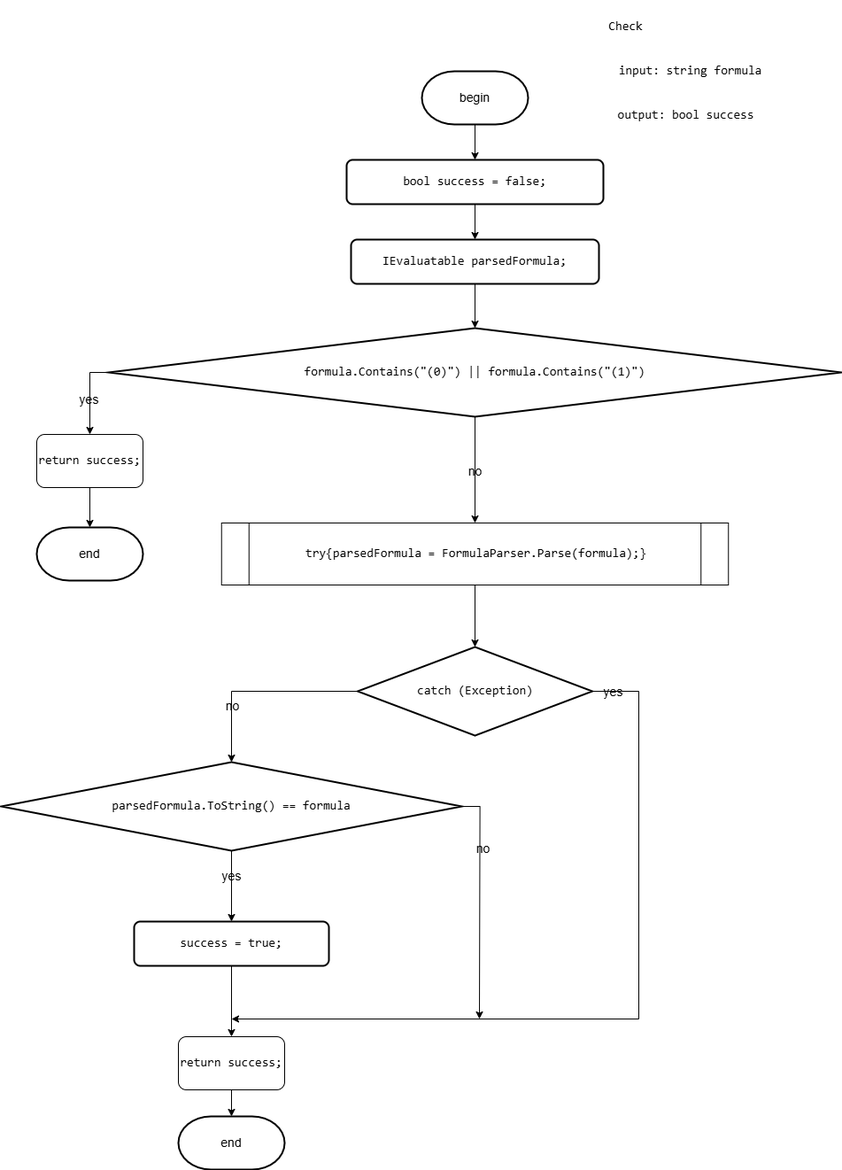
This is Diagrams/images/FormulaStringChecker.drawio.png from slavikovics/FictionalVariables, a draw.io export, as it was before one commit. Source tidied: cells renumbered, new cells last; positions are measured from the earlier drawing's top-left corner, leaving out a move shared by most shapes.
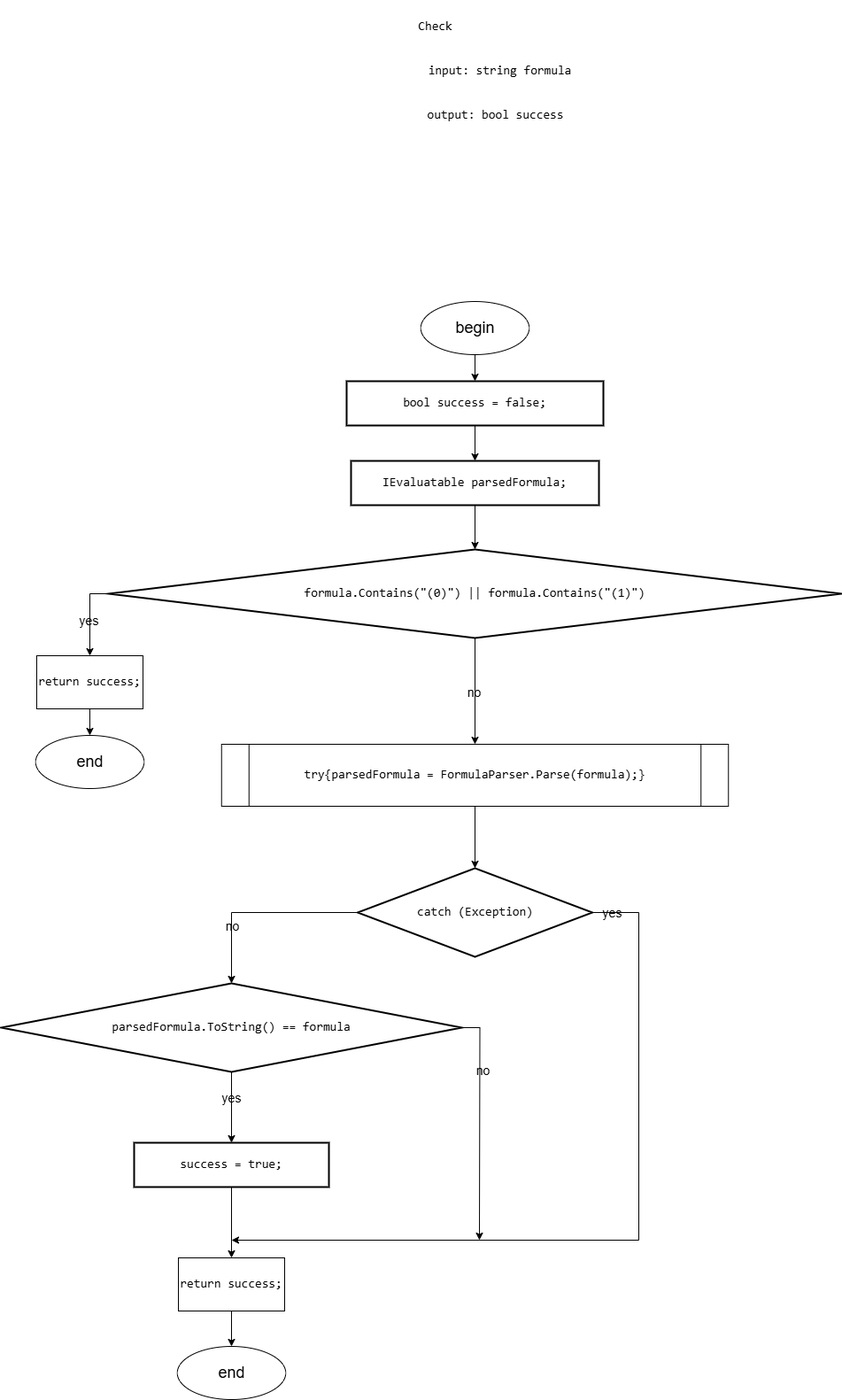
The same file after the commit.

Change to the diagram source:
```diff
@@ -3,30 +3,21 @@
     <mxCell id="0" />
     <mxCell id="1" parent="0" />
     <mxCell id="2" value="&lt;pre style=&quot;font-family: &amp;quot;JetBrains Mono&amp;quot;, monospace;&quot;&gt;Check&lt;/pre&gt;" style="text;html=1;align=center;verticalAlign=middle;strokeColor=none;fillColor=none;fontSize=14;labelBackgroundColor=none;fontColor=#000000;" parent="1" vertex="1">
-      <mxGeometry x="675" width="60" height="60" as="geometry" />
+      <mxGeometry x="460" y="-250" width="60" height="60" as="geometry" />
     </mxCell>
-    <mxCell id="3" style="edgeStyle=orthogonalEdgeStyle;rounded=0;jettySize=auto;html=1;exitX=0.5;exitY=1;exitDx=0;exitDy=0;exitPerimeter=0;entryX=0.5;entryY=0;entryDx=0;entryDy=0;fontSize=14;labelBackgroundColor=none;fontColor=#000000;" parent="1" edge="1" source="4" target="6">
-      <mxGeometry relative="1" as="geometry" />
-    </mxCell>
-    <mxCell id="4" value="begin" style="strokeWidth=2;html=1;shape=mxgraph.flowchart.terminator;whiteSpace=wrap;fontSize=14;labelBackgroundColor=none;fontColor=#000000;" parent="1" vertex="1">
-      <mxGeometry x="475" y="80" width="120" height="60" as="geometry" />
-    </mxCell>
     <mxCell id="5" style="edgeStyle=orthogonalEdgeStyle;rounded=0;jettySize=auto;html=1;exitX=0.5;exitY=1;exitDx=0;exitDy=0;entryX=0.5;entryY=0;entryDx=0;entryDy=0;fontSize=14;labelBackgroundColor=none;fontColor=#000000;" parent="1" edge="1" source="6" target="10">
       <mxGeometry relative="1" as="geometry" />
     </mxCell>
-    <mxCell id="6" value="&lt;div style=&quot;&quot;&gt;&lt;pre style=&quot;font-family: &amp;quot;JetBrains Mono&amp;quot;, monospace;&quot;&gt;&lt;pre style=&quot;font-family: &amp;quot;JetBrains Mono&amp;quot;, monospace;&quot;&gt;&lt;pre style=&quot;font-family: &amp;quot;JetBrains Mono&amp;quot;, monospace;&quot;&gt;&lt;pre style=&quot;font-family: &amp;quot;JetBrains Mono&amp;quot;, monospace;&quot;&gt;&lt;pre style=&quot;font-family: &amp;quot;JetBrains Mono&amp;quot;, monospace;&quot;&gt;&lt;pre style=&quot;font-family: &amp;quot;JetBrains Mono&amp;quot;, monospace;&quot;&gt;&lt;div&gt;&lt;pre style=&quot;font-family: &amp;quot;JetBrains Mono&amp;quot;, monospace;&quot;&gt;&lt;span style=&quot;&quot;&gt;bool &lt;/span&gt;&lt;span style=&quot;&quot;&gt;success &lt;/span&gt;= &lt;span style=&quot;&quot;&gt;false&lt;/span&gt;;&lt;/pre&gt;&lt;/div&gt;&lt;/pre&gt;&lt;/pre&gt;&lt;/pre&gt;&lt;/pre&gt;&lt;/pre&gt;&lt;/pre&gt;&lt;/div&gt;" style="rounded=1;whiteSpace=wrap;html=1;absoluteArcSize=1;arcSize=14;strokeWidth=2;fontSize=14;labelBackgroundColor=none;fontColor=#000000;" parent="1" vertex="1">
+    <mxCell id="6" value="&lt;div style=&quot;&quot;&gt;&lt;pre style=&quot;font-family: &amp;quot;JetBrains Mono&amp;quot;, monospace;&quot;&gt;&lt;pre style=&quot;font-family: &amp;quot;JetBrains Mono&amp;quot;, monospace;&quot;&gt;&lt;pre style=&quot;font-family: &amp;quot;JetBrains Mono&amp;quot;, monospace;&quot;&gt;&lt;pre style=&quot;font-family: &amp;quot;JetBrains Mono&amp;quot;, monospace;&quot;&gt;&lt;pre style=&quot;font-family: &amp;quot;JetBrains Mono&amp;quot;, monospace;&quot;&gt;&lt;pre style=&quot;font-family: &amp;quot;JetBrains Mono&amp;quot;, monospace;&quot;&gt;&lt;div&gt;&lt;pre style=&quot;font-family: &amp;quot;JetBrains Mono&amp;quot;, monospace;&quot;&gt;&lt;span style=&quot;&quot;&gt;bool &lt;/span&gt;&lt;span style=&quot;&quot;&gt;success &lt;/span&gt;= &lt;span style=&quot;&quot;&gt;false&lt;/span&gt;;&lt;/pre&gt;&lt;/div&gt;&lt;/pre&gt;&lt;/pre&gt;&lt;/pre&gt;&lt;/pre&gt;&lt;/pre&gt;&lt;/pre&gt;&lt;/div&gt;" style="rounded=0;whiteSpace=wrap;html=1;absoluteArcSize=1;arcSize=14;strokeWidth=2;fontSize=14;labelBackgroundColor=none;fontColor=#000000;" parent="1" vertex="1">
       <mxGeometry x="390" y="180" width="290" height="50" as="geometry" />
     </mxCell>
     <mxCell id="7" value="&lt;pre style=&quot;font-family: &amp;quot;JetBrains Mono&amp;quot;, monospace;&quot;&gt;input: string &lt;span style=&quot;white-space-collapse: collapse;&quot;&gt;formula&lt;/span&gt;&lt;/pre&gt;" style="text;html=1;align=center;verticalAlign=middle;strokeColor=none;fillColor=none;fontSize=14;labelBackgroundColor=none;fontColor=#000000;" parent="1" vertex="1">
-      <mxGeometry x="682.5" y="50" width="190" height="60" as="geometry" />
+      <mxGeometry x="467.5" y="-200" width="190" height="60" as="geometry" />
     </mxCell>
     <mxCell id="8" value="&lt;pre style=&quot;font-family: &amp;quot;JetBrains Mono&amp;quot;, monospace;&quot;&gt;output: bool &lt;span style=&quot;white-space-collapse: collapse;&quot;&gt;success&lt;/span&gt;&lt;/pre&gt;" style="text;html=1;align=center;verticalAlign=middle;strokeColor=none;fillColor=none;fontSize=14;labelBackgroundColor=none;fontColor=#000000;" parent="1" vertex="1">
-      <mxGeometry x="682.5" y="100" width="180" height="60" as="geometry" />
+      <mxGeometry x="467.5" y="-150" width="180" height="60" as="geometry" />
     </mxCell>
-    <mxCell id="9" value="end" style="strokeWidth=2;html=1;shape=mxgraph.flowchart.terminator;whiteSpace=wrap;fontSize=14;labelBackgroundColor=none;fontColor=#000000;" parent="1" vertex="1">
-      <mxGeometry x="200" y="1260" width="120" height="60" as="geometry" />
-    </mxCell>
-    <mxCell id="10" value="&lt;div style=&quot;&quot;&gt;&lt;pre style=&quot;font-family: &amp;quot;JetBrains Mono&amp;quot;, monospace;&quot;&gt;&lt;pre style=&quot;font-family: &amp;quot;JetBrains Mono&amp;quot;, monospace;&quot;&gt;&lt;pre style=&quot;font-family: &amp;quot;JetBrains Mono&amp;quot;, monospace;&quot;&gt;&lt;pre style=&quot;font-family: &amp;quot;JetBrains Mono&amp;quot;, monospace;&quot;&gt;&lt;pre style=&quot;font-family: &amp;quot;JetBrains Mono&amp;quot;, monospace;&quot;&gt;&lt;pre style=&quot;font-family: &amp;quot;JetBrains Mono&amp;quot;, monospace;&quot;&gt;&lt;pre style=&quot;font-family: &amp;quot;JetBrains Mono&amp;quot;, monospace;&quot;&gt;&lt;div&gt;&lt;pre style=&quot;font-family: &amp;quot;JetBrains Mono&amp;quot;, monospace;&quot;&gt;&lt;span style=&quot;&quot;&gt;IEvaluatable &lt;/span&gt;&lt;span style=&quot;&quot;&gt;parsedFormula&lt;/span&gt;;&lt;/pre&gt;&lt;/div&gt;&lt;/pre&gt;&lt;/pre&gt;&lt;/pre&gt;&lt;/pre&gt;&lt;/pre&gt;&lt;/pre&gt;&lt;/pre&gt;&lt;/div&gt;" style="rounded=1;whiteSpace=wrap;html=1;absoluteArcSize=1;arcSize=14;strokeWidth=2;fontSize=14;labelBackgroundColor=none;fontColor=#000000;" parent="1" vertex="1">
+    <mxCell id="10" value="&lt;div style=&quot;&quot;&gt;&lt;pre style=&quot;font-family: &amp;quot;JetBrains Mono&amp;quot;, monospace;&quot;&gt;&lt;pre style=&quot;font-family: &amp;quot;JetBrains Mono&amp;quot;, monospace;&quot;&gt;&lt;pre style=&quot;font-family: &amp;quot;JetBrains Mono&amp;quot;, monospace;&quot;&gt;&lt;pre style=&quot;font-family: &amp;quot;JetBrains Mono&amp;quot;, monospace;&quot;&gt;&lt;pre style=&quot;font-family: &amp;quot;JetBrains Mono&amp;quot;, monospace;&quot;&gt;&lt;pre style=&quot;font-family: &amp;quot;JetBrains Mono&amp;quot;, monospace;&quot;&gt;&lt;pre style=&quot;font-family: &amp;quot;JetBrains Mono&amp;quot;, monospace;&quot;&gt;&lt;div&gt;&lt;pre style=&quot;font-family: &amp;quot;JetBrains Mono&amp;quot;, monospace;&quot;&gt;&lt;span style=&quot;&quot;&gt;IEvaluatable &lt;/span&gt;&lt;span style=&quot;&quot;&gt;parsedFormula&lt;/span&gt;;&lt;/pre&gt;&lt;/div&gt;&lt;/pre&gt;&lt;/pre&gt;&lt;/pre&gt;&lt;/pre&gt;&lt;/pre&gt;&lt;/pre&gt;&lt;/pre&gt;&lt;/div&gt;" style="rounded=0;whiteSpace=wrap;html=1;absoluteArcSize=1;arcSize=14;strokeWidth=2;fontSize=14;labelBackgroundColor=none;fontColor=#000000;" parent="1" vertex="1">
       <mxGeometry x="395" y="270" width="280" height="50" as="geometry" />
     </mxCell>
     <mxCell id="11" style="edgeStyle=orthogonalEdgeStyle;rounded=0;jettySize=auto;html=1;exitX=0.5;exitY=1;exitDx=0;exitDy=0;exitPerimeter=0;fontSize=14;labelBackgroundColor=none;fontColor=#000000;" parent="1" edge="1" source="15">
@@ -48,9 +39,6 @@
     <mxCell id="15" value="&lt;div style=&quot;&quot;&gt;&lt;pre style=&quot;font-family: &amp;quot;JetBrains Mono&amp;quot;, monospace;&quot;&gt;&lt;span style=&quot;&quot;&gt;formula&lt;/span&gt;.&lt;span style=&quot;&quot;&gt;Contains&lt;/span&gt;(&lt;span style=&quot;&quot;&gt;&quot;(0)&quot;&lt;/span&gt;) || &lt;span style=&quot;&quot;&gt;formula&lt;/span&gt;.&lt;span style=&quot;&quot;&gt;Contains&lt;/span&gt;(&lt;span style=&quot;&quot;&gt;&quot;(1)&quot;&lt;/span&gt;)&lt;/pre&gt;&lt;/div&gt;" style="strokeWidth=2;html=1;shape=mxgraph.flowchart.decision;whiteSpace=wrap;fontSize=14;labelBackgroundColor=none;fontColor=#000000;" parent="1" vertex="1">
       <mxGeometry x="121.2" y="370" width="827.5" height="100" as="geometry" />
     </mxCell>
-    <mxCell id="16" value="end" style="strokeWidth=2;html=1;shape=mxgraph.flowchart.terminator;whiteSpace=wrap;fontSize=14;labelBackgroundColor=none;fontColor=#000000;" parent="1" vertex="1">
-      <mxGeometry x="40" y="595" width="120" height="60" as="geometry" />
-    </mxCell>
     <mxCell id="17" value="&lt;div style=&quot;&quot;&gt;&lt;pre style=&quot;font-family: &amp;quot;JetBrains Mono&amp;quot;, monospace;&quot;&gt;&lt;span style=&quot;&quot;&gt;try{parsedFormula &lt;/span&gt;= &lt;span style=&quot;&quot;&gt;FormulaParser&lt;/span&gt;.&lt;span style=&quot;&quot;&gt;Parse&lt;/span&gt;(&lt;span style=&quot;&quot;&gt;formula&lt;/span&gt;);}&lt;/pre&gt;&lt;/div&gt;" style="shape=process;whiteSpace=wrap;html=1;backgroundOutline=1;size=0.05458515283842795;fontSize=14;labelBackgroundColor=none;fontColor=#000000;" parent="1" vertex="1">
       <mxGeometry x="248.8" y="590" width="572.5" height="70" as="geometry" />
     </mxCell>
@@ -95,7 +83,7 @@
     <mxCell id="28" style="edgeStyle=orthogonalEdgeStyle;rounded=0;jettySize=auto;html=1;exitX=0.5;exitY=1;exitDx=0;exitDy=0;entryX=0.5;entryY=0;entryDx=0;entryDy=0;fontSize=14;labelBackgroundColor=none;fontColor=#000000;" parent="1" edge="1" source="29" target="35">
       <mxGeometry relative="1" as="geometry" />
     </mxCell>
-    <mxCell id="29" value="&lt;div style=&quot;&quot;&gt;&lt;pre style=&quot;font-family: &amp;quot;JetBrains Mono&amp;quot;, monospace;&quot;&gt;&lt;pre style=&quot;font-family: &amp;quot;JetBrains Mono&amp;quot;, monospace;&quot;&gt;&lt;pre style=&quot;font-family: &amp;quot;JetBrains Mono&amp;quot;, monospace;&quot;&gt;&lt;pre style=&quot;font-family: &amp;quot;JetBrains Mono&amp;quot;, monospace;&quot;&gt;&lt;pre style=&quot;font-family: &amp;quot;JetBrains Mono&amp;quot;, monospace;&quot;&gt;&lt;pre style=&quot;font-family: &amp;quot;JetBrains Mono&amp;quot;, monospace;&quot;&gt;&lt;div&gt;&lt;pre style=&quot;font-family: &amp;quot;JetBrains Mono&amp;quot;, monospace;&quot;&gt;&lt;span style=&quot;&quot;&gt;success &lt;/span&gt;= &lt;span style=&quot;&quot;&gt;true&lt;/span&gt;;&lt;/pre&gt;&lt;/div&gt;&lt;/pre&gt;&lt;/pre&gt;&lt;/pre&gt;&lt;/pre&gt;&lt;/pre&gt;&lt;/pre&gt;&lt;/div&gt;" style="rounded=1;whiteSpace=wrap;html=1;absoluteArcSize=1;arcSize=14;strokeWidth=2;fontSize=14;labelBackgroundColor=none;fontColor=#000000;" parent="1" vertex="1">
+    <mxCell id="29" value="&lt;div style=&quot;&quot;&gt;&lt;pre style=&quot;font-family: &amp;quot;JetBrains Mono&amp;quot;, monospace;&quot;&gt;&lt;pre style=&quot;font-family: &amp;quot;JetBrains Mono&amp;quot;, monospace;&quot;&gt;&lt;pre style=&quot;font-family: &amp;quot;JetBrains Mono&amp;quot;, monospace;&quot;&gt;&lt;pre style=&quot;font-family: &amp;quot;JetBrains Mono&amp;quot;, monospace;&quot;&gt;&lt;pre style=&quot;font-family: &amp;quot;JetBrains Mono&amp;quot;, monospace;&quot;&gt;&lt;pre style=&quot;font-family: &amp;quot;JetBrains Mono&amp;quot;, monospace;&quot;&gt;&lt;div&gt;&lt;pre style=&quot;font-family: &amp;quot;JetBrains Mono&amp;quot;, monospace;&quot;&gt;&lt;span style=&quot;&quot;&gt;success &lt;/span&gt;= &lt;span style=&quot;&quot;&gt;true&lt;/span&gt;;&lt;/pre&gt;&lt;/div&gt;&lt;/pre&gt;&lt;/pre&gt;&lt;/pre&gt;&lt;/pre&gt;&lt;/pre&gt;&lt;/pre&gt;&lt;/div&gt;" style="rounded=0;whiteSpace=wrap;html=1;absoluteArcSize=1;arcSize=14;strokeWidth=2;fontSize=14;labelBackgroundColor=none;fontColor=#000000;" parent="1" vertex="1">
       <mxGeometry x="150" y="1040" width="220" height="50" as="geometry" />
     </mxCell>
     <mxCell id="30" style="edgeStyle=orthogonalEdgeStyle;rounded=0;jettySize=auto;html=1;exitX=1;exitY=0.5;exitDx=0;exitDy=0;exitPerimeter=0;fontSize=14;labelBackgroundColor=none;fontColor=#000000;" parent="1" edge="1" source="25">
@@ -108,17 +96,29 @@
         <mxPoint x="1" as="offset" />
       </mxGeometry>
     </mxCell>
-    <mxCell id="32" style="edgeStyle=orthogonalEdgeStyle;rounded=0;jettySize=auto;html=1;exitX=0.5;exitY=1;exitDx=0;exitDy=0;fontSize=14;labelBackgroundColor=none;fontColor=#000000;" parent="1" edge="1" source="33" target="16">
-      <mxGeometry relative="1" as="geometry" />
-    </mxCell>
+    <mxCell id="36" style="edgeStyle=orthogonalEdgeStyle;rounded=0;jettySize=auto;html=1;exitX=0.5;exitY=1;exitDx=0;exitDy=0;entryX=0.5;entryY=0;entryDx=0;entryDy=0;" parent="1" edge="1" source="33" target="39">
+      <mxGeometry relative="1" as="geometry" />
+    </mxCell>
-    <mxCell id="33" value="&lt;div style=&quot;&quot;&gt;&lt;pre style=&quot;font-family: &amp;quot;JetBrains Mono&amp;quot;, monospace;&quot;&gt;&lt;span style=&quot;&quot;&gt;return &lt;/span&gt;success;&lt;/pre&gt;&lt;/div&gt;" style="rounded=1;whiteSpace=wrap;html=1;fontSize=14;labelBackgroundColor=none;fontColor=#000000;" parent="1" vertex="1">
+    <mxCell id="33" value="&lt;div style=&quot;&quot;&gt;&lt;pre style=&quot;font-family: &amp;quot;JetBrains Mono&amp;quot;, monospace;&quot;&gt;&lt;span style=&quot;&quot;&gt;return &lt;/span&gt;success;&lt;/pre&gt;&lt;/div&gt;" style="rounded=0;whiteSpace=wrap;html=1;fontSize=14;labelBackgroundColor=none;fontColor=#000000;" parent="1" vertex="1">
       <mxGeometry x="40" y="490" width="120" height="60" as="geometry" />
     </mxCell>
-    <mxCell id="34" style="edgeStyle=orthogonalEdgeStyle;rounded=0;jettySize=auto;html=1;exitX=0.5;exitY=1;exitDx=0;exitDy=0;fontSize=14;labelBackgroundColor=none;fontColor=#000000;" parent="1" edge="1" source="35" target="9">
-      <mxGeometry relative="1" as="geometry" />
-    </mxCell>
+    <mxCell id="37" style="edgeStyle=orthogonalEdgeStyle;rounded=0;jettySize=auto;html=1;exitX=0.5;exitY=1;exitDx=0;exitDy=0;entryX=0.5;entryY=0;entryDx=0;entryDy=0;" parent="1" edge="1" source="35" target="38">
+      <mxGeometry relative="1" as="geometry" />
+    </mxCell>
-    <mxCell id="35" value="&lt;div style=&quot;&quot;&gt;&lt;pre style=&quot;font-family: &amp;quot;JetBrains Mono&amp;quot;, monospace;&quot;&gt;&lt;span style=&quot;&quot;&gt;return &lt;/span&gt;success;&lt;/pre&gt;&lt;/div&gt;" style="rounded=1;whiteSpace=wrap;html=1;fontSize=14;labelBackgroundColor=none;fontColor=#000000;" parent="1" vertex="1">
+    <mxCell id="35" value="&lt;div style=&quot;&quot;&gt;&lt;pre style=&quot;font-family: &amp;quot;JetBrains Mono&amp;quot;, monospace;&quot;&gt;&lt;span style=&quot;&quot;&gt;return &lt;/span&gt;success;&lt;/pre&gt;&lt;/div&gt;" style="rounded=0;whiteSpace=wrap;html=1;fontSize=14;labelBackgroundColor=none;fontColor=#000000;" parent="1" vertex="1">
       <mxGeometry x="200" y="1170" width="120" height="60" as="geometry" />
     </mxCell>
+    <mxCell id="3" style="edgeStyle=orthogonalEdgeStyle;rounded=0;jettySize=auto;html=1;exitX=0.5;exitY=1;exitDx=0;exitDy=0;entryX=0.5;entryY=0;entryDx=0;entryDy=0;" parent="1" edge="1" source="4" target="6">
+      <mxGeometry relative="1" as="geometry" />
+    </mxCell>
+    <mxCell id="4" value="&lt;font style=&quot;font-size: 18px;&quot;&gt;begin&lt;/font&gt;" style="ellipse;whiteSpace=wrap;html=1;" parent="1" vertex="1">
+      <mxGeometry x="473.8" y="90" width="122.5" height="60" as="geometry" />
+    </mxCell>
+    <mxCell id="38" value="&lt;font style=&quot;font-size: 18px;&quot;&gt;end&lt;/font&gt;" style="ellipse;whiteSpace=wrap;html=1;" parent="1" vertex="1">
+      <mxGeometry x="198.8" y="1270" width="122.5" height="60" as="geometry" />
+    </mxCell>
+    <mxCell id="39" value="&lt;font style=&quot;font-size: 18px;&quot;&gt;end&lt;/font&gt;" style="ellipse;whiteSpace=wrap;html=1;" parent="1" vertex="1">
+      <mxGeometry x="38.8" y="580" width="122.5" height="60" as="geometry" />
+    </mxCell>
   </root>
 </mxGraphModel>
```
